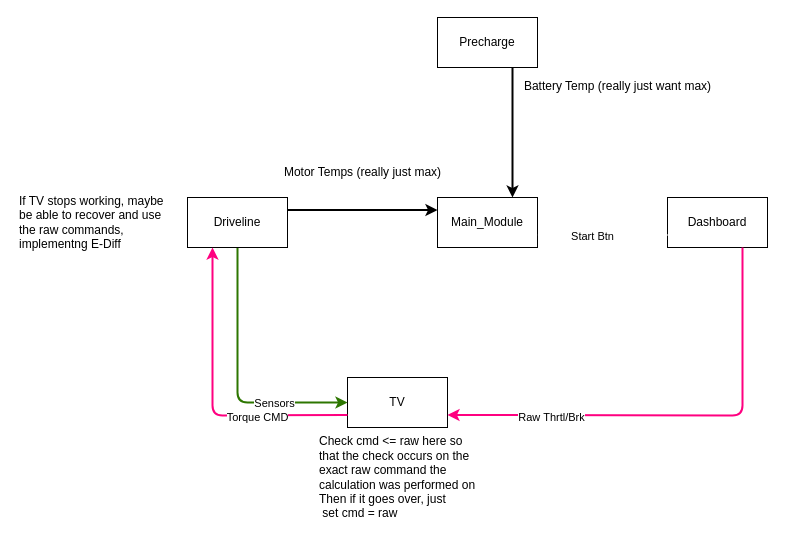
Above: page "Page-1" (1 of 2) of main_flow.drawio in PurdueElectricRacing/firmware (draw.io), before the change. Source tidied: cells renumbered, new cells numbered last; positions are measured from the earlier drawing's top-left corner, leaving out a move shared by most shapes. Both pictures are drawn from the tidied source at 100%, with x=0, y=0 at pixel (17, 17).
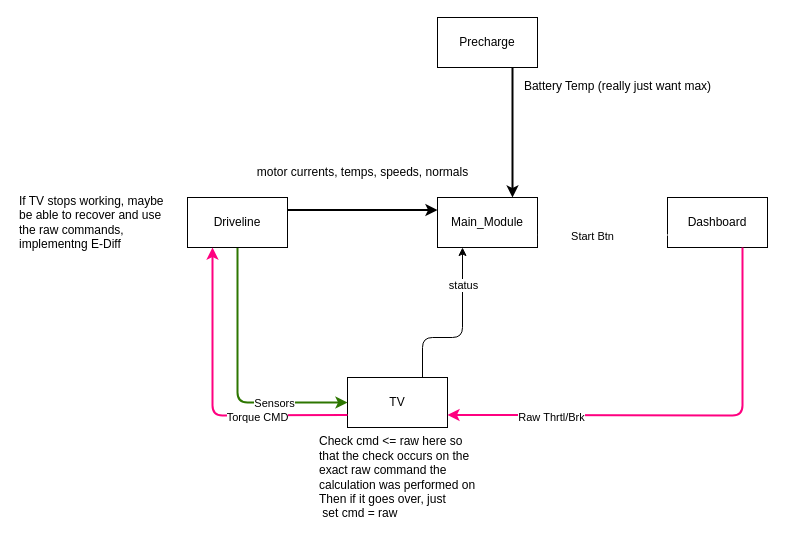
The same page after the edit.

The change refers to these unchanged cells:
```xml
<mxCell id="2" value="Main_Module" style="rounded=0;whiteSpace=wrap;html=1;" parent="1" vertex="1">
  <mxGeometry x="420" y="180" width="100" height="50" as="geometry" />
</mxCell>
<mxCell id="3" value="TV" style="rounded=0;whiteSpace=wrap;html=1;" parent="1" vertex="1">
  <mxGeometry x="330" y="360" width="100" height="50" as="geometry" />
</mxCell>
```

Diff of the diagram source:
```diff
@@
-    <mxCell id="20" value="Motor Temps (really just max)" style="text;html=1;align=center;verticalAlign=middle;strokeColor=none;fillColor=none;fontSize=12;" parent="1" vertex="1">
-      <mxGeometry x="260" y="145" width="170" height="20" as="geometry" />
+    <mxCell id="20" value="motor currents, temps, speeds, normals" style="text;html=1;align=center;verticalAlign=middle;strokeColor=none;fillColor=none;fontSize=12;" parent="1" vertex="1">
+      <mxGeometry x="230" y="145" width="230" height="20" as="geometry" />
     </mxCell>
+    <mxCell id="21" style="endArrow=classic;html=1;exitX=0.75;exitY=0;exitDx=0;exitDy=0;entryX=0.25;entryY=1;entryDx=0;entryDy=0;" parent="1" edge="1" source="3" target="2">
+      <mxGeometry relative="1" as="geometry">
+        <Array as="points">
+          <mxPoint x="405" y="320" />
+          <mxPoint x="445" y="320" />
+        </Array>
+      </mxGeometry>
+    </mxCell>
+    <mxCell id="22" value="status" style="edgeLabel;html=1;align=center;verticalAlign=middle;" parent="21" vertex="1">
+      <mxGeometry x="0.56" relative="1" as="geometry" />
+    </mxCell>
```
